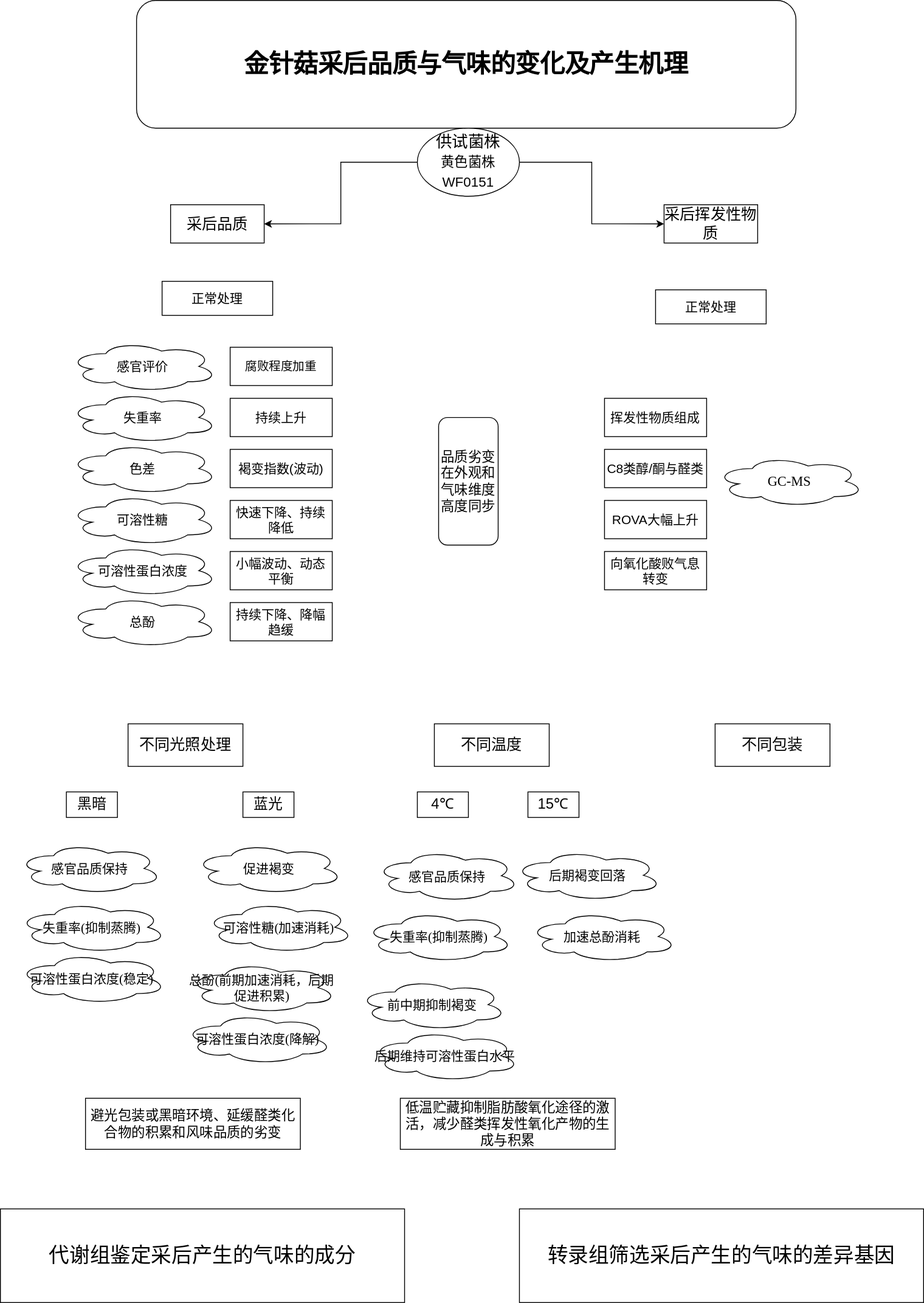
Darling-02-02/study keeps this draw.io diagram as BBBY.svg. Above is the earlier version. Source tidied: cells renumbered, new cells last; positions are measured from the earlier drawing's top-left corner, leaving out a move shared by most shapes.
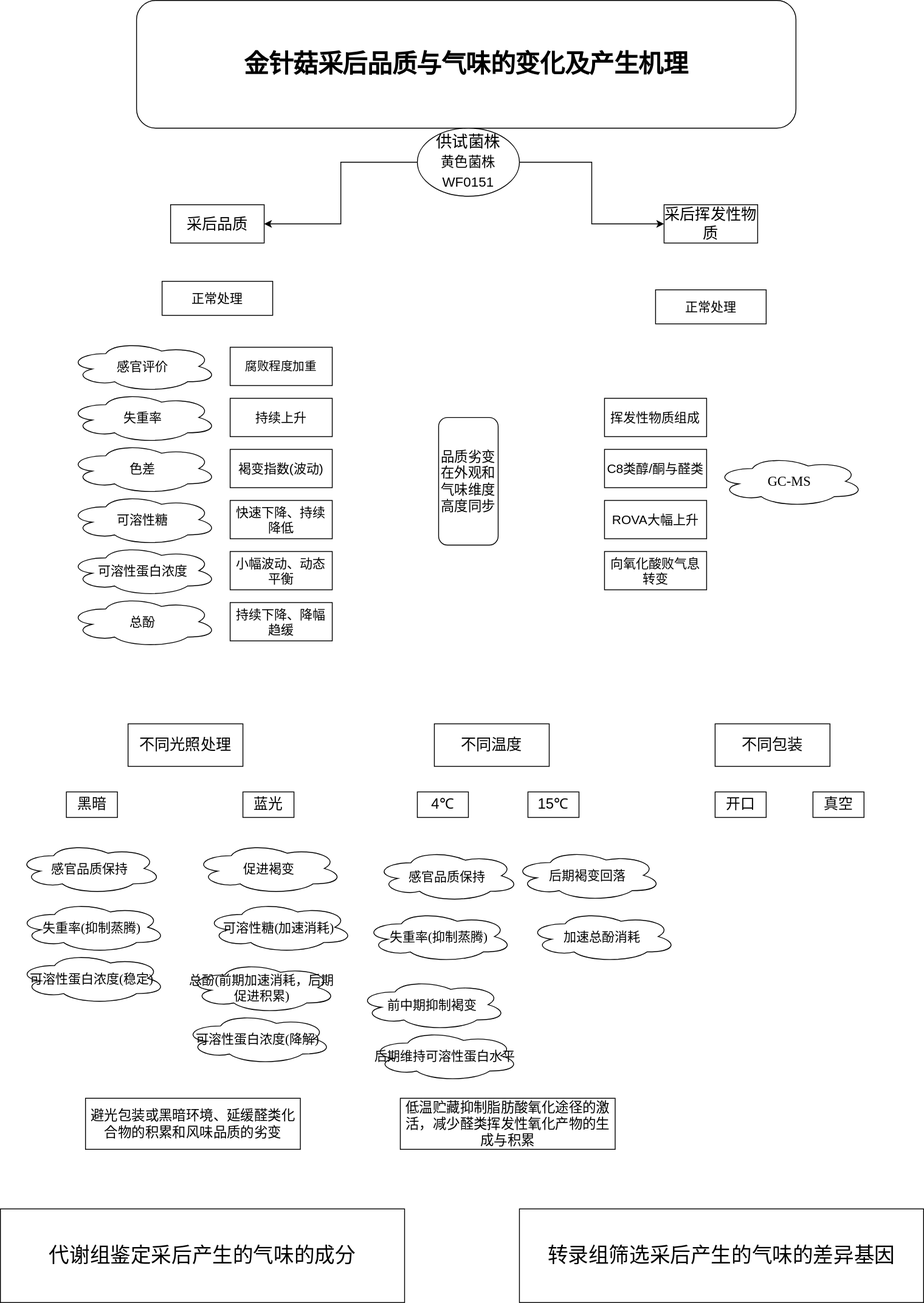
Above is the later version.

What changed in the source:
```diff
@@ -158,5 +158,11 @@
     <mxCell id="52" value="&lt;span style=&quot;font-size:12.0pt;font-family:宋体;&amp;lt;br/&amp;gt;mso-ascii-theme-font:minor-fareast;mso-fareast-theme-font:minor-fareast;&amp;lt;br/&amp;gt;mso-hansi-theme-font:minor-fareast;mso-bidi-font-family:&amp;quot;Times New Roman&amp;quot;;&amp;lt;br/&amp;gt;mso-font-kerning:1.0pt;mso-ansi-language:EN-US;mso-fareast-language:ZH-CN;&amp;lt;br/&amp;gt;mso-bidi-language:AR-SA&quot;&gt;低温贮藏&lt;/span&gt;&lt;span style=&quot;font-size:12.0pt;font-family:宋体;&lt;br/&gt;mso-ascii-theme-font:minor-fareast;mso-fareast-theme-font:minor-fareast;&lt;br/&gt;mso-hansi-theme-font:minor-fareast;mso-bidi-font-family:&amp;quot;Times New Roman&amp;quot;;&lt;br/&gt;mso-font-kerning:1.0pt;mso-ansi-language:EN-US;mso-fareast-language:ZH-CN;&lt;br/&gt;mso-bidi-language:AR-SA&quot;&gt;抑制脂肪酸氧化途径的激活，减少醛类挥发性氧化产物的生成与积累&lt;/span&gt;" style="rounded=0;whiteSpace=wrap;html=1;" parent="1" vertex="1">
       <mxGeometry x="470" y="1290" width="252.5" height="60" as="geometry" />
     </mxCell>
+    <mxCell id="53" value="&lt;font style=&quot;font-size: 17px;&quot;&gt;开口&lt;/font&gt;" style="rounded=0;whiteSpace=wrap;html=1;" parent="1" vertex="1">
+      <mxGeometry x="840" y="930" width="60" height="30" as="geometry" />
+    </mxCell>
+    <mxCell id="54" value="&lt;font style=&quot;font-size: 17px;&quot;&gt;真空&lt;/font&gt;" style="rounded=0;whiteSpace=wrap;html=1;" parent="1" vertex="1">
+      <mxGeometry x="955" y="930" width="60" height="30" as="geometry" />
+    </mxCell>
   </root>
 </mxGraphModel>
```
